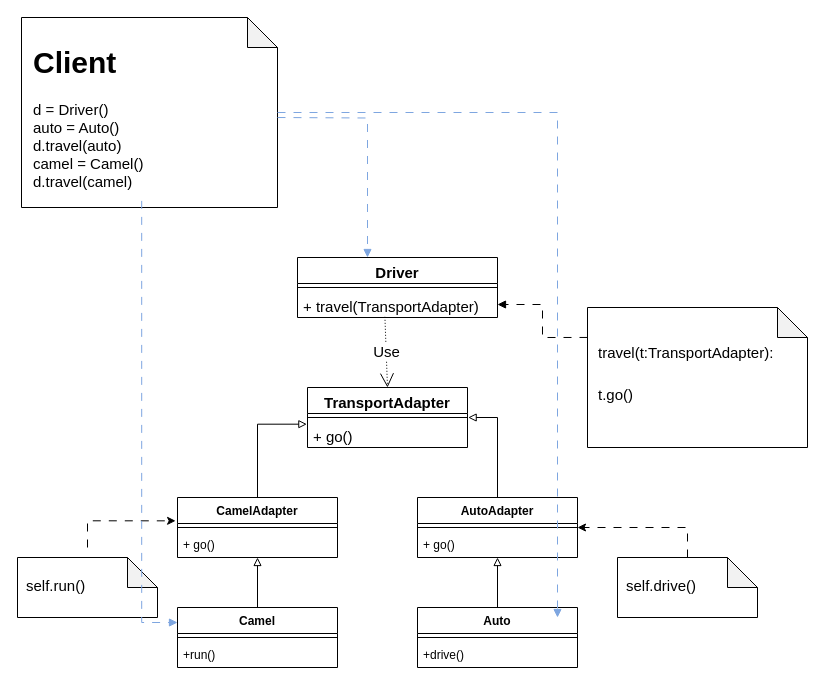
Earlier version of the draw.io diagram img/adapter.drawio (ElenaShargina/patterns). Source tidied: cells renumbered, new cells numbered last; positions are measured from the earlier drawing's top-left corner, leaving out a move shared by most shapes. Both pictures are drawn from the tidied source at 100%, with x=0, y=0 at pixel (17, 17).
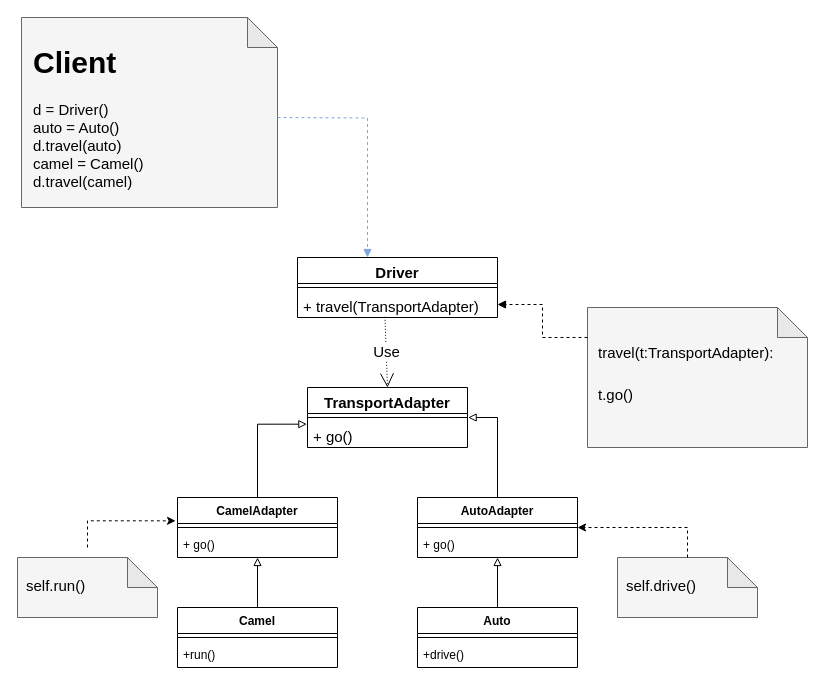
Above is the later version.

The change refers to these unchanged cells:
```xml
<mxCell id="3" value="Camel" style="swimlane;fontStyle=1;align=center;verticalAlign=top;horizontal=1;startSize=26;" parent="1" vertex="1">
  <mxGeometry x="160" y="590" width="160" height="60" as="geometry" />
</mxCell>
<mxCell id="7" value="Auto" style="swimlane;fontStyle=1;align=center;verticalAlign=top;horizontal=1;startSize=26;" parent="1" vertex="1">
  <mxGeometry x="400" y="590" width="160" height="60" as="geometry" />
</mxCell>
<mxCell id="11" value="CamelAdapter" style="swimlane;fontStyle=1;align=center;verticalAlign=top;horizontal=1;startSize=26;" parent="1" vertex="1">
  <mxGeometry x="160" y="480" width="160" height="60" as="geometry" />
</mxCell>
<mxCell id="15" value="AutoAdapter" style="swimlane;fontStyle=1;align=center;verticalAlign=top;horizontal=1;startSize=26;" parent="1" vertex="1">
  <mxGeometry x="400" y="480" width="160" height="60" as="geometry" />
</mxCell>
<mxCell id="18" style="group;" parent="1" vertex="1">
  <mxGeometry y="540" width="140" height="60" as="geometry" />
</mxCell>
<mxCell id="22" style="group;" parent="1" vertex="1">
  <mxGeometry x="600" y="540" width="140" height="60" as="geometry" />
</mxCell>
<mxCell id="29" style="group;fontSize=15;" parent="1" vertex="1">
  <mxGeometry x="570" y="290" width="220" height="140" as="geometry" />
</mxCell>
<mxCell id="32" value="Driver" style="swimlane;fontStyle=1;align=center;verticalAlign=top;horizontal=1;startSize=26;fontSize=15;" parent="1" vertex="1">
  <mxGeometry x="280" y="240" width="200" height="60" as="geometry" />
</mxCell>
<mxCell id="34" value="+ travel(TransportAdapter)&#10;" style="text;strokeColor=none;fillColor=none;align=left;verticalAlign=top;spacingLeft=4;spacingRight=4;overflow=hidden;points=[[0,0.5],[1,0.5]];portConstraint=eastwest;fontSize=15;" parent="32" vertex="1">
  <mxGeometry y="34" width="200" height="26" as="geometry" />
</mxCell>
<mxCell id="37" style="group;fontSize=15;" parent="1" vertex="1">
  <mxGeometry x="4" width="256" height="190" as="geometry" />
</mxCell>
<mxCell id="39" value="&lt;h1&gt;Client&lt;/h1&gt;&lt;p&gt;d = Driver()&lt;br&gt;&lt;span style=&quot;background-color: initial;&quot;&gt;auto = Auto()&lt;br&gt;&lt;/span&gt;&lt;span style=&quot;background-color: initial;&quot;&gt;d.travel(auto)&lt;br&gt;&lt;/span&gt;&lt;span style=&quot;background-color: initial;&quot;&gt;camel = Camel()&lt;br&gt;d.travel(camel)&lt;/span&gt;&lt;/p&gt;&lt;p&gt;&lt;br&gt;&lt;/p&gt;" style="text;html=1;strokeColor=none;fillColor=none;spacing=5;spacingTop=-20;whiteSpace=wrap;overflow=hidden;rounded=0;fontSize=15;" parent="37" vertex="1">
  <mxGeometry x="6.9" y="18.2" width="226.5" height="165.2" as="geometry" />
</mxCell>
```

The edit, as a diff of the source:
```diff
@@
-    <mxCell id="19" style="shape=note;whiteSpace=wrap;html=1;backgroundOutline=1;darkOpacity=0.05;" parent="18" vertex="1">
+    <mxCell id="19" style="shape=note;whiteSpace=wrap;html=1;backgroundOutline=1;darkOpacity=0.05;fillColor=#f5f5f5;fontColor=#333333;strokeColor=#666666;" parent="18" vertex="1">
       <mxGeometry width="140" height="60" as="geometry" />
     </mxCell>
@@
-    <mxCell id="21" style="edgeStyle=orthogonalEdgeStyle;rounded=0;jettySize=auto;html=1;entryX=-0.012;entryY=0.389;entryDx=0;entryDy=0;entryPerimeter=0;fontSize=15;dashed=1;dashPattern=8 8;" parent="1" edge="1" target="11">
+    <mxCell id="21" style="edgeStyle=orthogonalEdgeStyle;rounded=0;jettySize=auto;html=1;entryX=-0.012;entryY=0.389;entryDx=0;entryDy=0;entryPerimeter=0;fontSize=15;dashed=1;" parent="1" edge="1" target="11">
       <mxGeometry relative="1" as="geometry">
         <mxPoint x="70" y="530" as="sourcePoint" />
         <Array as="points">
           <mxPoint x="70" y="503" />
         </Array>
       </mxGeometry>
     </mxCell>
@@
-    <mxCell id="23" style="shape=note;whiteSpace=wrap;html=1;backgroundOutline=1;darkOpacity=0.05;" parent="22" vertex="1">
+    <mxCell id="23" style="shape=note;whiteSpace=wrap;html=1;backgroundOutline=1;darkOpacity=0.05;fillColor=#f5f5f5;fontColor=#333333;strokeColor=#666666;" parent="22" vertex="1">
       <mxGeometry width="140" height="60" as="geometry" />
     </mxCell>
@@
-    <mxCell id="25" style="edgeStyle=orthogonalEdgeStyle;rounded=0;jettySize=auto;html=1;entryX=1;entryY=0.5;entryDx=0;entryDy=0;dashed=1;dashPattern=8 8;fontSize=15;exitX=0.5;exitY=0;exitDx=0;exitDy=0;exitPerimeter=0;" parent="1" edge="1" source="23" target="15">
+    <mxCell id="25" style="edgeStyle=orthogonalEdgeStyle;rounded=0;jettySize=auto;html=1;entryX=1;entryY=0.5;entryDx=0;entryDy=0;dashed=1;fontSize=15;exitX=0.5;exitY=0;exitDx=0;exitDy=0;exitPerimeter=0;" parent="1" edge="1" source="23" target="15">
       <mxGeometry relative="1" as="geometry" />
     </mxCell>
@@
-    <mxCell id="30" style="shape=note;whiteSpace=wrap;html=1;backgroundOutline=1;darkOpacity=0.05;fontSize=15;" parent="29" vertex="1">
+    <mxCell id="30" style="shape=note;whiteSpace=wrap;html=1;backgroundOutline=1;darkOpacity=0.05;fontSize=15;fillColor=#f5f5f5;fontColor=#333333;strokeColor=#666666;" parent="29" vertex="1">
       <mxGeometry width="220" height="140" as="geometry" />
     </mxCell>
-    <mxCell id="31" value="&lt;h1 style=&quot;&quot;&gt;&lt;span style=&quot;font-size: 15px; font-weight: 400;&quot;&gt;travel(t:TransportAdapter):&lt;/span&gt;&lt;/h1&gt;&lt;div&gt;&lt;span style=&quot;font-size: 15px; font-weight: 400;&quot;&gt;t.go()&lt;/span&gt;&lt;/div&gt;&lt;div&gt;&lt;span style=&quot;font-size: 15px; font-weight: 400;&quot;&gt;&lt;br&gt;&lt;/span&gt;&lt;/div&gt;" style="text;html=1;strokeColor=none;fillColor=none;spacing=5;spacingTop=-20;whiteSpace=wrap;overflow=hidden;rounded=0;fontSize=15;" parent="29" vertex="1">
+    <mxCell id="31" value="&lt;h1 style=&quot;&quot;&gt;&lt;span style=&quot;font-size: 15px; font-weight: 400;&quot;&gt;travel(t:TransportAdapter):&lt;/span&gt;&lt;/h1&gt;&lt;div&gt;&lt;span style=&quot;font-size: 15px; font-weight: 400;&quot;&gt;t.go()&lt;/span&gt;&lt;/div&gt;&lt;div&gt;&lt;span style=&quot;font-size: 15px; font-weight: 400;&quot;&gt;&lt;br&gt;&lt;/span&gt;&lt;/div&gt;" style="text;html=1;spacing=5;spacingTop=-20;whiteSpace=wrap;overflow=hidden;rounded=0;fontSize=15;" parent="29" vertex="1">
       <mxGeometry x="5.9" y="13.4" width="194.6" height="121.7" as="geometry" />
     </mxCell>
@@
-    <mxCell id="36" style="edgeStyle=orthogonalEdgeStyle;rounded=0;jettySize=auto;html=1;entryX=1;entryY=0.5;entryDx=0;entryDy=0;fontSize=15;endArrow=block;endFill=1;dashed=1;dashPattern=8 8;strokeWidth=1;exitX=0;exitY=0.214;exitDx=0;exitDy=0;exitPerimeter=0;" parent="1" edge="1" source="30" target="34">
+    <mxCell id="36" style="edgeStyle=orthogonalEdgeStyle;rounded=0;jettySize=auto;html=1;entryX=1;entryY=0.5;entryDx=0;entryDy=0;fontSize=15;endArrow=block;endFill=1;dashed=1;strokeWidth=1;exitX=0;exitY=0.214;exitDx=0;exitDy=0;exitPerimeter=0;" parent="1" edge="1" source="30" target="34">
       <mxGeometry relative="1" as="geometry" />
     </mxCell>
@@
-    <mxCell id="38" style="shape=note;whiteSpace=wrap;html=1;backgroundOutline=1;darkOpacity=0.05;fontSize=15;" parent="37" vertex="1">
+    <mxCell id="38" style="shape=note;whiteSpace=wrap;html=1;backgroundOutline=1;darkOpacity=0.05;fontSize=15;fillColor=#f5f5f5;fontColor=#333333;strokeColor=#666666;" parent="37" vertex="1">
       <mxGeometry width="256" height="190" as="geometry" />
     </mxCell>
@@
-    <mxCell id="40" style="edgeStyle=orthogonalEdgeStyle;rounded=0;jettySize=auto;html=1;entryX=0.35;entryY=0;entryDx=0;entryDy=0;entryPerimeter=0;dashed=1;dashPattern=8 8;strokeWidth=1;fontSize=15;endArrow=block;endFill=1;strokeColor=#7EA6E0;" parent="1" edge="1" target="32">
+    <mxCell id="40" style="edgeStyle=orthogonalEdgeStyle;rounded=0;jettySize=auto;html=1;entryX=0.35;entryY=0;entryDx=0;entryDy=0;entryPerimeter=0;dashed=1;strokeWidth=1;fontSize=15;endArrow=block;endFill=1;strokeColor=#7EA6E0;" parent="1" edge="1" target="32">
       <mxGeometry relative="1" as="geometry">
         <mxPoint x="260" y="100" as="sourcePoint" />
       </mxGeometry>
     </mxCell>
-    <mxCell id="41" style="edgeStyle=orthogonalEdgeStyle;rounded=0;jettySize=auto;html=1;entryX=0;entryY=0.25;entryDx=0;entryDy=0;dashed=1;dashPattern=8 8;strokeWidth=1;fontSize=15;endArrow=block;endFill=1;strokeColor=#7EA6E0;" parent="1" edge="1" source="39" target="3">
-      <mxGeometry relative="1" as="geometry" />
-    </mxCell>
-    <mxCell id="42" style="edgeStyle=orthogonalEdgeStyle;rounded=0;jettySize=auto;html=1;entryX=0.875;entryY=0.167;entryDx=0;entryDy=0;entryPerimeter=0;dashed=1;dashPattern=8 8;strokeWidth=1;fontSize=15;endArrow=block;endFill=1;strokeColor=#7EA6E0;" parent="1" edge="1" source="38" target="7">
-      <mxGeometry relative="1" as="geometry" />
-    </mxCell>
```
